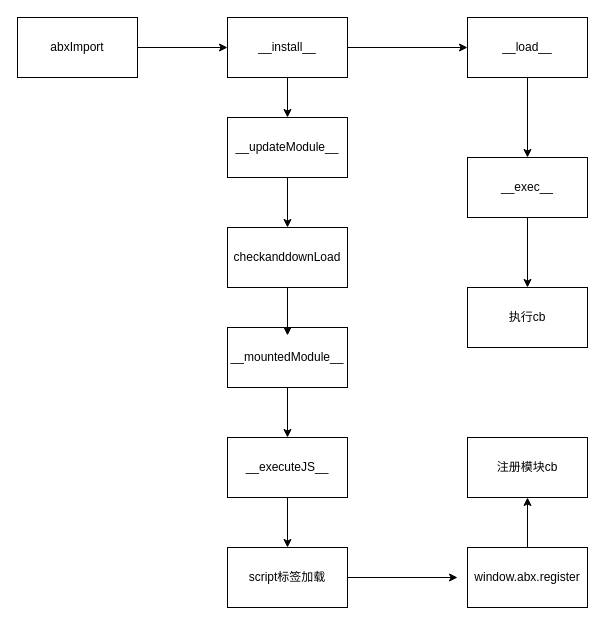
Above: 未命名绘图.drawio in xhfLittleTree/imageHost (draw.io), before the change. Source tidied: cells renumbered, new cells numbered last; positions are measured from the earlier drawing's top-left corner, leaving out a move shared by most shapes. Both pictures are drawn from the tidied source at 100%, with x=0, y=0 at pixel (17, 17).
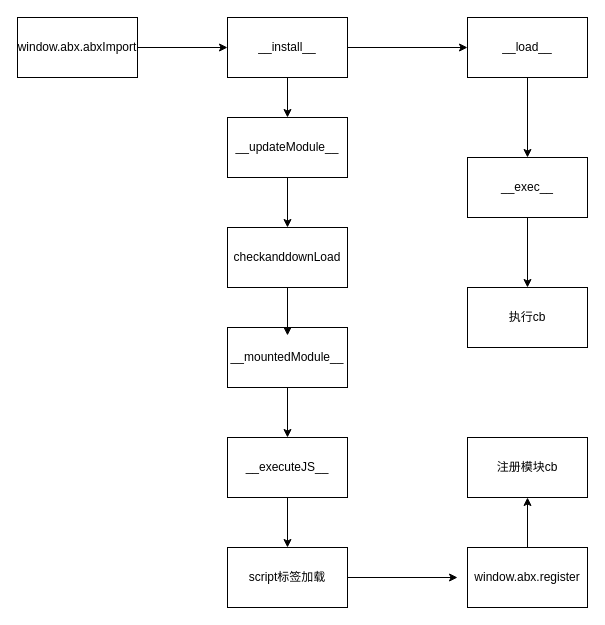
The same page after the edit.

Diff of the diagram source:
```diff
@@
-    <mxCell id="3" value="abxImport" style="rounded=0;whiteSpace=wrap;html=1;" parent="1" vertex="1">
+    <mxCell id="3" value="window.abx.abxImport" style="rounded=0;whiteSpace=wrap;html=1;" parent="1" vertex="1">
       <mxGeometry width="120" height="60" as="geometry" />
     </mxCell>
```
